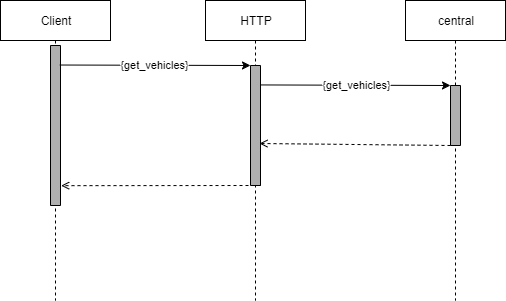
The draw.io diagram docs/Sprawozdanie/ChariotBase.png in marax27/Chariot, before a commit. Source tidied: cells renumbered, new cells last; positions are measured from the earlier drawing's top-left corner, leaving out a move shared by most shapes.
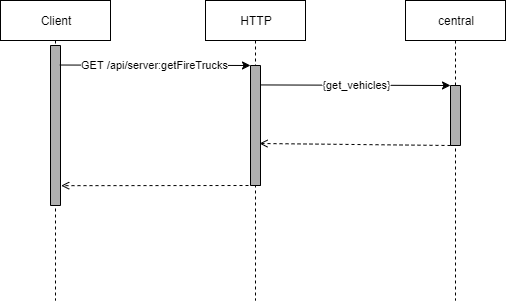
After the change.

What changed in the source:
```diff
@@ -28,7 +28,7 @@
         <mxPoint x="284" y="143" as="targetPoint" />
       </mxGeometry>
     </mxCell>
-    <mxCell id="10" value="{get_vehicles}" style="endArrow=classic;html=1;entryX=0;entryY=1;entryDx=0;entryDy=0;exitX=0.122;exitY=0.067;exitDx=0;exitDy=0;exitPerimeter=0;" parent="1" edge="1" source="6" target="7">
+    <mxCell id="10" value="GET /api/server:getFireTrucks" style="endArrow=classic;html=1;entryX=0;entryY=1;entryDx=0;entryDy=0;exitX=0.122;exitY=0.067;exitDx=0;exitDy=0;exitPerimeter=0;" parent="1" edge="1" source="6" target="7">
       <mxGeometry relative="1" as="geometry" />
     </mxCell>
     <mxCell id="11" style="endArrow=open;html=1;dashed=1;endFill=0;exitX=1;exitY=0;exitDx=0;exitDy=0;entryX=0.876;entryY=-0.067;entryDx=0;entryDy=0;entryPerimeter=0;" parent="1" edge="1" source="7" target="6">
```
